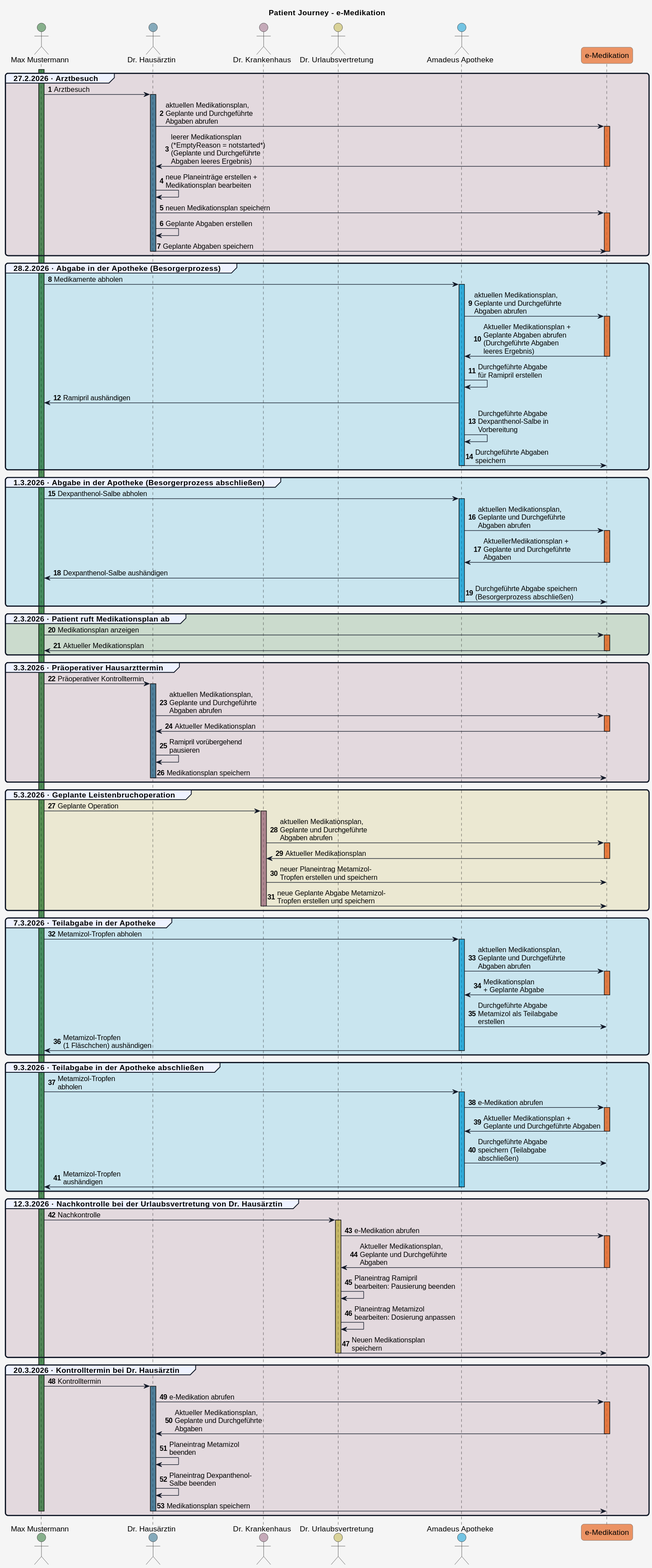
The PlantUML diagram r4-ELGA-e-Medikation-main/plantuml/patient_journey.svg in HL7Austria/hl7austria.github.io, before a commit.
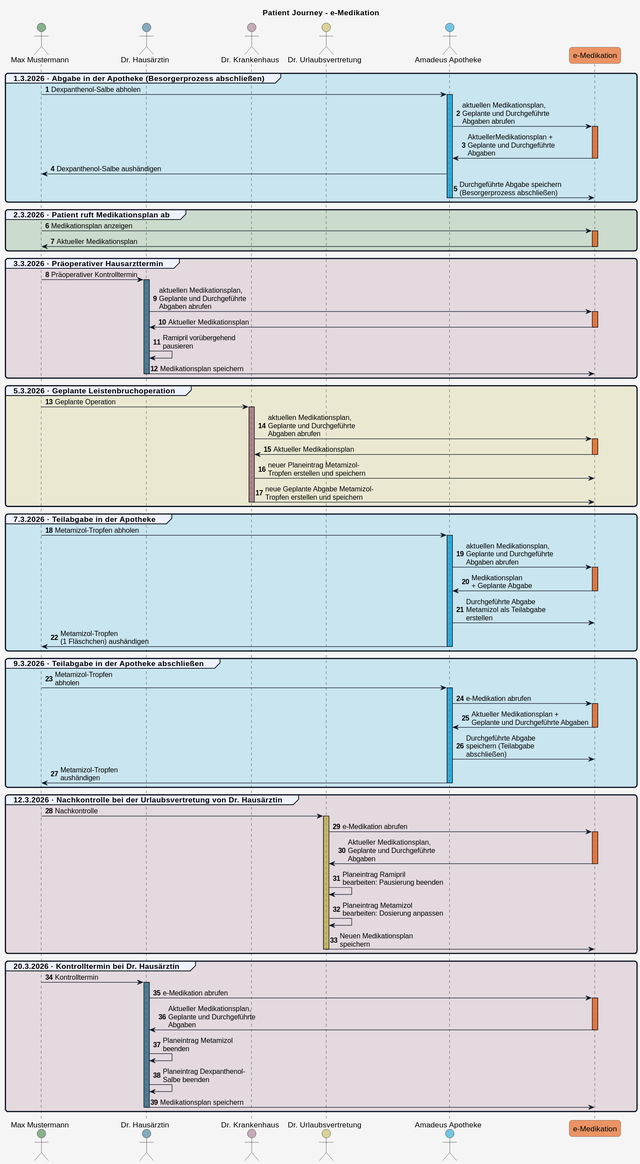
After the change.

What changed in the source:
```diff
@@ -71,64 +71,35 @@
 
 autonumber
 
-group GROUP_ARZT 27.2.2026 · Arztbesuch
-
-  activate Patient COLOR_PATIENT
-  Patient -> Arzt_1: Arztbesuch
-
-  activate Arzt_1 COLOR_GDA_1
 
 
-  Arzt_1 -> eMed_FA: aktuellen Medikationsplan,\nGeplante und Durchgeführte\nAbgaben abrufen
-
-  activate eMed_FA COLOR_EMED_FA
 
 
-  eMed_FA -> Arzt_1: leerer Medikationsplan\n(*EmptyReason = notstarted*)\n(Geplante und Durchgeführte\nAbgaben leeres Ergebnis)
-
-  deactivate eMed_FA
 
 
-  Arzt_1 -> Arzt_1: neue Planeinträge erstellen +\nMedikationsplan bearbeiten
-
-  Arzt_1 -> eMed_FA: neuen Medikationsplan speichern
-
-  activate eMed_FA COLOR_EMED_FA
 
 
-  Arzt_1 -> Arzt_1: Geplante Abgaben erstellen
-
-  Arzt_1 -> eMed_FA: Geplante Abgaben speichern
-
-  deactivate eMed_FA
-  deactivate Arzt_1
-
-end
-
-group GROUP_APO 28.2.2026 · Abgabe in der Apotheke (Besorgerprozess)
 
 
-  Patient -> Apotheke: Medikamente abholen
 
-  activate Apotheke COLOR_APO
 
-  Apotheke -> eMed_FA: aktuellen Medikationsplan,\nGeplante und Durchgeführte\nAbgaben abrufen
 
-  activate eMed_FA COLOR_EMED_FA
-  eMed_FA -> Apotheke: Aktueller Medikationsplan +\nGeplante Abgaben abrufen\n(Durchgeführte Abgaben\nleeres Ergebnis)
-  deactivate eMed_FA
 
-  Apotheke -> Apotheke: Durchgeführte Abgabe\nfür Ramipril erstellen
 
-  Apotheke -> Patient: Ramipril aushändigen
 
-  Apotheke -> Apotheke: Durchgeführte Abgabe\nDexpanthenol-Salbe in\nVorbereitung
 
-  Apotheke -> eMed_FA: Durchgeführte Abgaben\nspeichern
 
-  deactivate Apotheke
 
-end
+
+
+
+
+
+
+
+
+
+
 
 group GROUP_APO 1.3.2026 · Abgabe in der Apotheke (Besorgerprozess abschließen)
 
```
